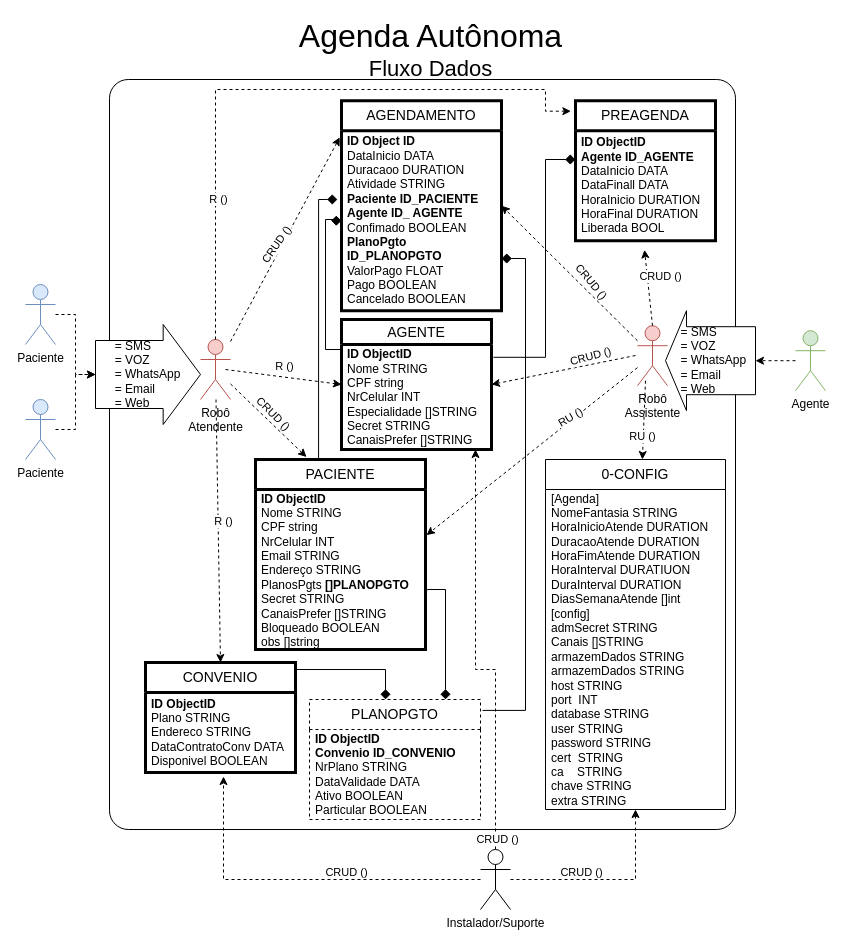
This is page "Página-1" (1 of 2) of Agenda.drawio from gunboe/Agenda, a draw.io file, before an edit. Source tidied: cells renumbered, new cells numbered last; positions are measured from the earlier drawing's top-left corner, leaving out a move shared by most shapes. Both pictures are drawn from the tidied source at 100%, with x=0, y=0 at pixel (25, 19).
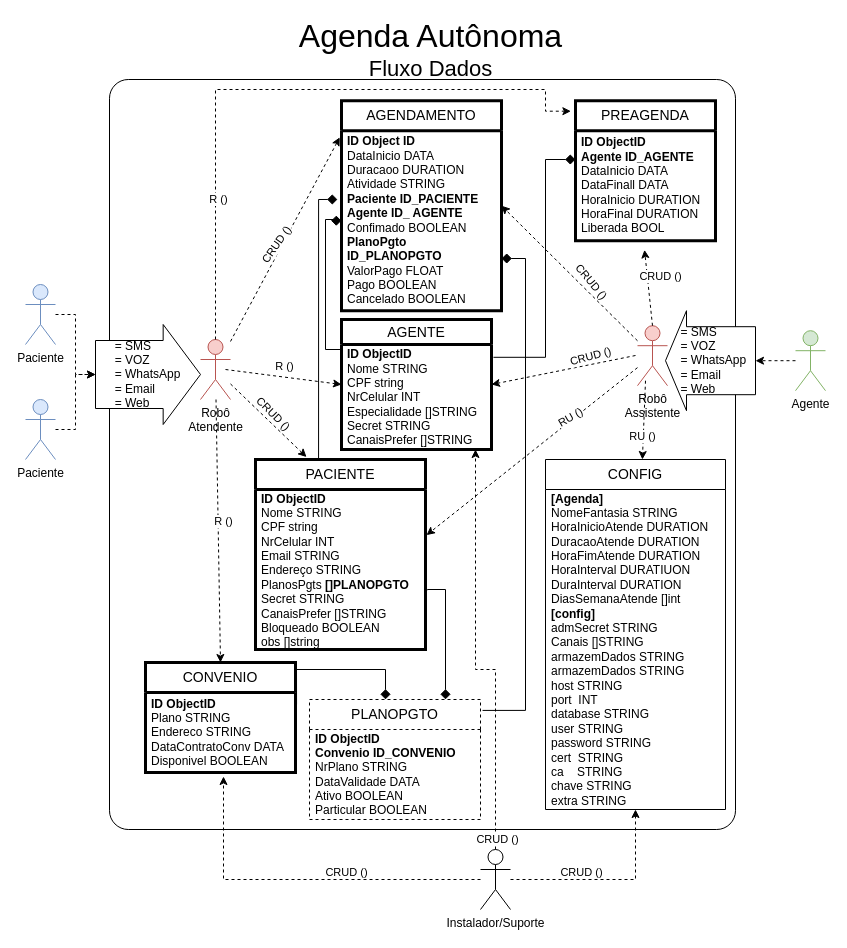
Above is the later version.

Diff of the diagram source:
```diff
@@
-    <mxCell id="31" value="&lt;font style=&quot;font-size: 14px;&quot;&gt;0-CONFIG&lt;/font&gt;" style="swimlane;fontStyle=0;horizontal=1;startSize=30;whiteSpace=wrap;html=1;" parent="1" vertex="1">
+    <mxCell id="31" value="&lt;font style=&quot;font-size: 14px;&quot;&gt;CONFIG&lt;/font&gt;" style="swimlane;fontStyle=0;horizontal=1;startSize=30;whiteSpace=wrap;html=1;" parent="1" vertex="1">
       <mxGeometry x="520" y="440" width="180" height="350" as="geometry" />
     </mxCell>
-    <mxCell id="32" value="[Agenda]&lt;br&gt;NomeFantasia STRING&lt;br&gt;HoraInicioAtende DURATION&lt;br&gt;DuracaoAtende DURATION&lt;br&gt;HoraFimAtende DURATION&lt;br&gt;HoraInterval DURATIUON&lt;br&gt;DuraInterval DURATION&lt;br&gt;DiasSemanaAtende []int&lt;br&gt;[config]&lt;br&gt;admSecret STRING&lt;br&gt;Canais []STRING&lt;br&gt;armazemDados STRING&lt;br&gt;&lt;div&gt;armazemDados STRING&lt;/div&gt;&lt;div&gt;host STRING&lt;/div&gt;&lt;div&gt;port&amp;nbsp; INT&lt;/div&gt;&lt;div&gt;database STRING&lt;/div&gt;&lt;div&gt;user STRING&lt;/div&gt;&lt;div&gt;password STRING&lt;/div&gt;&lt;div&gt;cert&amp;nbsp; STRING&lt;/div&gt;&lt;div&gt;ca&amp;nbsp; &amp;nbsp; STRING&lt;/div&gt;&lt;div&gt;chave STRING&lt;/div&gt;&lt;div&gt;extra STRING&lt;/div&gt;" style="text;strokeColor=none;fillColor=none;align=left;verticalAlign=middle;spacingLeft=4;spacingRight=4;overflow=hidden;whiteSpace=wrap;html=1;" parent="31" vertex="1">
+    <mxCell id="32" value="&lt;b&gt;[Agenda]&lt;br&gt;&lt;/b&gt;NomeFantasia STRING&lt;br&gt;HoraInicioAtende DURATION&lt;br&gt;DuracaoAtende DURATION&lt;br&gt;HoraFimAtende DURATION&lt;br&gt;HoraInterval DURATIUON&lt;br&gt;DuraInterval DURATION&lt;br&gt;DiasSemanaAtende []int&lt;br&gt;&lt;b&gt;[config]&lt;br&gt;&lt;/b&gt;admSecret STRING&lt;br&gt;Canais []STRING&lt;br&gt;armazemDados STRING&lt;br&gt;&lt;div&gt;armazemDados STRING&lt;/div&gt;&lt;div&gt;host STRING&lt;/div&gt;&lt;div&gt;port&amp;nbsp; INT&lt;/div&gt;&lt;div&gt;database STRING&lt;/div&gt;&lt;div&gt;user STRING&lt;/div&gt;&lt;div&gt;password STRING&lt;/div&gt;&lt;div&gt;cert&amp;nbsp; STRING&lt;/div&gt;&lt;div&gt;ca&amp;nbsp; &amp;nbsp; STRING&lt;/div&gt;&lt;div&gt;chave STRING&lt;/div&gt;&lt;div&gt;extra STRING&lt;/div&gt;" style="text;strokeColor=none;fillColor=none;align=left;verticalAlign=middle;spacingLeft=4;spacingRight=4;overflow=hidden;whiteSpace=wrap;html=1;" parent="31" vertex="1">
       <mxGeometry y="30" width="180" height="320" as="geometry" />
     </mxCell>
```
